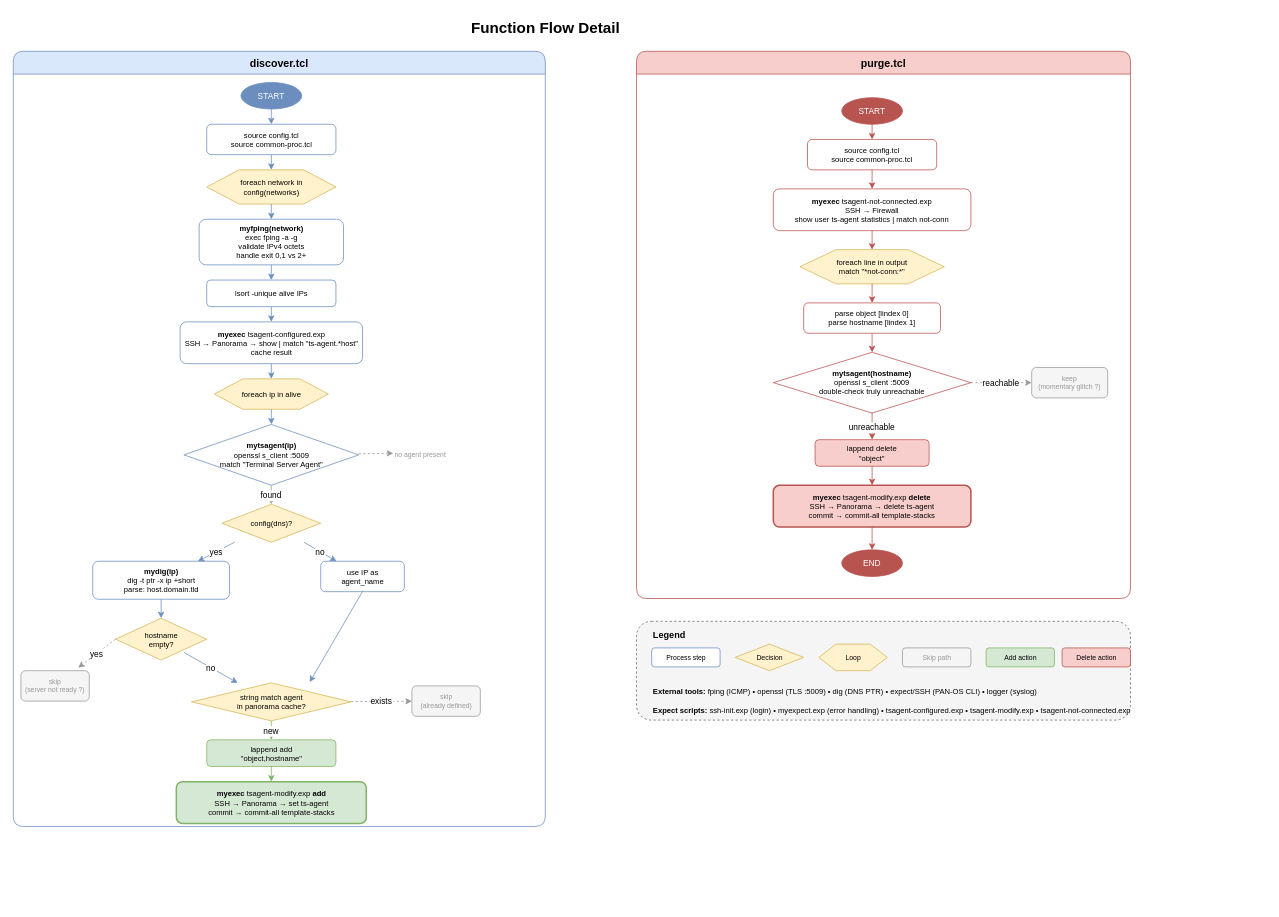
Before: docs/function-flow.drawio in nabbi/pan-ts-agent-discovery, a draw.io diagram. Source tidied: cells renumbered, new cells numbered last; positions are measured from the earlier drawing's top-left corner, leaving out a move shared by most shapes. Both pictures are drawn from the tidied source at 76%, with x=0, y=0 at pixel (13, 13).
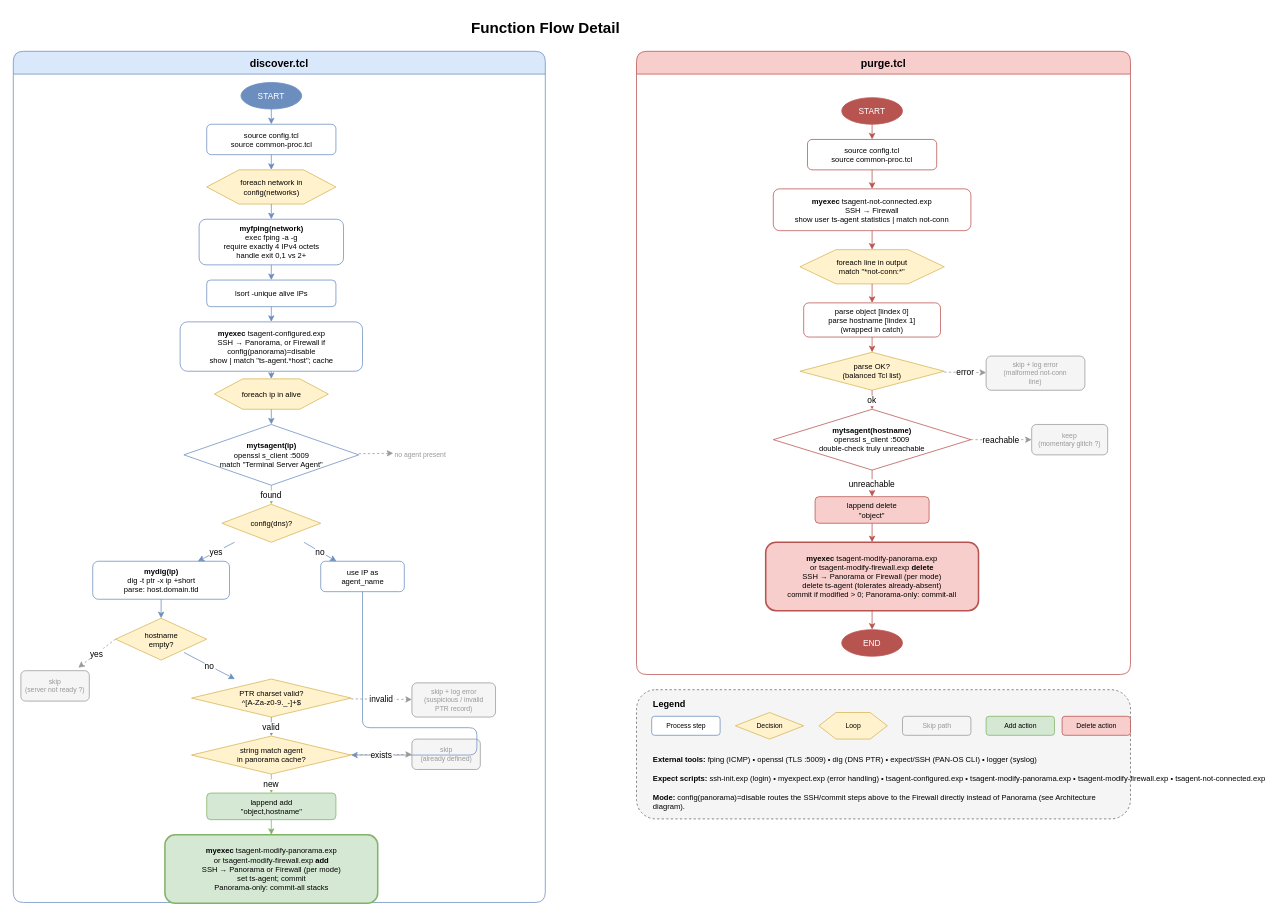
After the change.

Commit message (it also covers changes not shown here):
docs: reconcile architecture.drawio/function-flow.drawio content with current code

The change refers to these unchanged cells:
```xml
<mxCell id="15" value="use IP as&lt;br&gt;agent_name" style="rounded=1;whiteSpace=wrap;fillColor=#FFFFFF;strokeColor=#6c8ebf;fontSize=10;html=1;" parent="1" vertex="1">
  <mxGeometry x="404.5" y="721" width="110" height="40" as="geometry" />
</mxCell>
<mxCell id="16" value="hostname&lt;br&gt;empty?" style="shape=rhombus;whiteSpace=wrap;fillColor=#fff2cc;strokeColor=#d6b656;fontSize=10;html=1;" parent="1" vertex="1">
  <mxGeometry x="134.5" y="796" width="120" height="55" as="geometry" />
</mxCell>
```

What changed in the source:
```diff
@@
     <mxCell id="3" value="discover.tcl" style="shape=table;startSize=30;childLayout=tableLayout;fillColor=#dae8fc;strokeColor=#6c8ebf;fontStyle=1;fontSize=14;swimlaneLine=1;rounded=1;" parent="1" vertex="1">
-      <mxGeometry y="50" width="700" height="1020" as="geometry" />
+      <mxGeometry y="50" width="700" height="1120" as="geometry" />
     </mxCell>
@@
-    <mxCell id="7" value="&lt;b&gt;myfping(network)&lt;/b&gt;&lt;br&gt;exec fping -a -g&lt;br&gt;validate IPv4 octets&lt;br&gt;handle exit 0,1 vs 2+" style="rounded=1;whiteSpace=wrap;fillColor=#FFFFFF;strokeColor=#6c8ebf;fontSize=10;html=1;" parent="1" vertex="1">
+    <mxCell id="7" value="&lt;b&gt;myfping(network)&lt;/b&gt;&lt;br&gt;exec fping -a -g&lt;br&gt;require exactly 4 IPv4 octets&lt;br&gt;handle exit 0,1 vs 2+" style="rounded=1;whiteSpace=wrap;fillColor=#FFFFFF;strokeColor=#6c8ebf;fontSize=10;html=1;" parent="1" vertex="1">
       <mxGeometry x="244.5" y="271" width="190" height="60" as="geometry" />
     </mxCell>
@@
-    <mxCell id="9" value="&lt;b&gt;myexec&lt;/b&gt; tsagent-configured.exp&lt;br&gt;SSH → Panorama → show | match &quot;ts-agent.*host&quot;&lt;br&gt;cache result" style="rounded=1;whiteSpace=wrap;fillColor=#FFFFFF;strokeColor=#6c8ebf;fontSize=10;html=1;" parent="1" vertex="1">
-      <mxGeometry x="219.5" y="406" width="240" height="55" as="geometry" />
+    <mxCell id="9" value="&lt;b&gt;myexec&lt;/b&gt; tsagent-configured.exp&lt;br&gt;SSH → Panorama, or Firewall if&lt;br&gt;config(panorama)=disable&lt;br&gt;show | match &quot;ts-agent.*host&quot;; cache" style="rounded=1;whiteSpace=wrap;fillColor=#FFFFFF;strokeColor=#6c8ebf;fontSize=10;html=1;" parent="1" vertex="1">
+      <mxGeometry x="219.5" y="406" width="240" height="65" as="geometry" />
     </mxCell>
@@
+    <mxCell id="70" value="PTR charset valid?&lt;br&gt;^[A-Za-z0-9._-]+$" style="shape=rhombus;whiteSpace=wrap;fillColor=#fff2cc;strokeColor=#d6b656;fontSize=10;html=1;" parent="1" vertex="1">
+      <mxGeometry x="234.5" y="876" width="210" height="50" as="geometry" />
+    </mxCell>
+    <mxCell id="71" value="skip + log error&lt;br&gt;(suspicious / invalid&lt;br&gt;PTR record)" style="rounded=1;whiteSpace=wrap;fillColor=#f5f5f5;strokeColor=#999999;fontSize=9;fontColor=#999999;html=1;" parent="1" vertex="1">
+      <mxGeometry x="524.5" y="881" width="110" height="45" as="geometry" />
+    </mxCell>
     <mxCell id="18" value="string match agent&lt;br&gt;in panorama cache?" style="shape=rhombus;whiteSpace=wrap;fillColor=#fff2cc;strokeColor=#d6b656;fontSize=10;html=1;" parent="1" vertex="1">
-      <mxGeometry x="234.5" y="881" width="210" height="50" as="geometry" />
+      <mxGeometry x="234.5" y="951" width="210" height="50" as="geometry" />
     </mxCell>
     <mxCell id="19" value="skip&lt;br&gt;(already defined)" style="rounded=1;whiteSpace=wrap;fillColor=#f5f5f5;strokeColor=#999999;fontSize=9;fontColor=#999999;html=1;" parent="1" vertex="1">
-      <mxGeometry x="524.5" y="885" width="90" height="40" as="geometry" />
+      <mxGeometry x="524.5" y="955" width="90" height="40" as="geometry" />
     </mxCell>
     <mxCell id="20" value="lappend add&lt;br&gt;&quot;object,hostname&quot;" style="rounded=1;whiteSpace=wrap;fillColor=#d5e8d4;strokeColor=#82b366;fontSize=10;html=1;" parent="1" vertex="1">
-      <mxGeometry x="254.5" y="956" width="170" height="35" as="geometry" />
+      <mxGeometry x="254.5" y="1026" width="170" height="35" as="geometry" />
     </mxCell>
-    <mxCell id="21" value="&lt;b&gt;myexec&lt;/b&gt; tsagent-modify.exp &lt;b&gt;add&lt;/b&gt;&lt;br&gt;SSH → Panorama → set ts-agent&lt;br&gt;commit → commit-all template-stacks" style="rounded=1;whiteSpace=wrap;fillColor=#d5e8d4;strokeColor=#82b366;fontSize=10;html=1;strokeWidth=2;" parent="1" vertex="1">
-      <mxGeometry x="214.5" y="1011" width="250" height="55" as="geometry" />
+    <mxCell id="21" value="&lt;b&gt;myexec&lt;/b&gt; tsagent-modify-panorama.exp&lt;br&gt;or tsagent-modify-firewall.exp &lt;b&gt;add&lt;/b&gt;&lt;br&gt;SSH → Panorama or Firewall (per mode)&lt;br&gt;set ts-agent; commit&lt;br&gt;Panorama-only: commit-all stacks" style="rounded=1;whiteSpace=wrap;fillColor=#d5e8d4;strokeColor=#82b366;fontSize=10;html=1;strokeWidth=2;" parent="1" vertex="1">
+      <mxGeometry x="199.5" y="1081" width="280" height="90" as="geometry" />
     </mxCell>
@@
-    <mxCell id="35" value="no" style="strokeColor=#6c8ebf;exitX=0.75;exitY=0.818;exitDx=0;exitDy=0;exitPerimeter=0;" parent="1" edge="1" source="16" target="18">
+    <mxCell id="35" value="no" style="strokeColor=#6c8ebf;exitX=0.75;exitY=0.818;exitDx=0;exitDy=0;exitPerimeter=0;" parent="1" edge="1" source="16" target="70">
       <mxGeometry relative="1" as="geometry" />
     </mxCell>
+    <mxCell id="72" value="valid" style="strokeColor=#6c8ebf;" parent="1" edge="1" source="70" target="18">
+      <mxGeometry relative="1" as="geometry" />
+    </mxCell>
+    <mxCell id="73" value="invalid" style="strokeColor=#999999;dashed=1;" parent="1" edge="1" source="70" target="71">
+      <mxGeometry relative="1" as="geometry" />
+    </mxCell>
-    <mxCell id="36" style="strokeColor=#6c8ebf;" parent="1" edge="1">
+    <mxCell id="36" style="strokeColor=#6c8ebf;edgeStyle=orthogonalEdgeStyle;" parent="1" edge="1" source="15" target="18">
       <mxGeometry relative="1" as="geometry">
-        <mxPoint x="460" y="760" as="sourcePoint" />
-        <mxPoint x="390" y="880" as="targetPoint" />
+        <Array as="points">
+          <mxPoint x="610" y="940" />
+        </Array>
       </mxGeometry>
     </mxCell>
@@
     <mxCell id="40" value="purge.tcl" style="shape=table;startSize=30;childLayout=tableLayout;fillColor=#f8cecc;strokeColor=#b85450;fontStyle=1;fontSize=14;swimlaneLine=1;rounded=1;" parent="1" vertex="1">
-      <mxGeometry x="820" y="50" width="650" height="720" as="geometry" />
+      <mxGeometry x="820" y="50" width="650" height="820" as="geometry" />
     </mxCell>
@@
-    <mxCell id="45" value="parse object [lindex 0]&lt;br&gt;parse hostname [lindex 1]" style="rounded=1;whiteSpace=wrap;fillColor=#FFFFFF;strokeColor=#b85450;fontSize=10;html=1;" parent="1" vertex="1">
-      <mxGeometry x="1040" y="381" width="180" height="40" as="geometry" />
+    <mxCell id="45" value="parse object [lindex 0]&lt;br&gt;parse hostname [lindex 1]&lt;br&gt;(wrapped in catch)" style="rounded=1;whiteSpace=wrap;fillColor=#FFFFFF;strokeColor=#b85450;fontSize=10;html=1;" parent="1" vertex="1">
+      <mxGeometry x="1040" y="381" width="180" height="45" as="geometry" />
     </mxCell>
+    <mxCell id="74" value="parse OK?&lt;br&gt;(balanced Tcl list)" style="shape=rhombus;whiteSpace=wrap;fillColor=#fff2cc;strokeColor=#d6b656;fontSize=10;html=1;" parent="1" vertex="1">
+      <mxGeometry x="1035" y="446" width="190" height="50" as="geometry" />
+    </mxCell>
+    <mxCell id="75" value="skip + log error&lt;br&gt;(malformed not-conn&lt;br&gt;line)" style="rounded=1;whiteSpace=wrap;fillColor=#f5f5f5;strokeColor=#999999;fontSize=9;fontColor=#999999;html=1;" parent="1" vertex="1">
+      <mxGeometry x="1280" y="451" width="130" height="45" as="geometry" />
+    </mxCell>
     <mxCell id="46" value="&lt;b&gt;mytsagent(hostname)&lt;/b&gt;&lt;br&gt;openssl s_client :5009&lt;br&gt;double-check truly unreachable" style="shape=rhombus;whiteSpace=wrap;fillColor=#FFFFFF;strokeColor=#b85450;fontSize=10;html=1;" parent="1" vertex="1">
-      <mxGeometry x="1000" y="446" width="260" height="80" as="geometry" />
+      <mxGeometry x="1000" y="521" width="260" height="80" as="geometry" />
     </mxCell>
     <mxCell id="47" value="keep&lt;br&gt;(momentary glitch ?)" style="rounded=1;whiteSpace=wrap;fillColor=#f5f5f5;strokeColor=#999999;fontSize=9;fontColor=#999999;html=1;" parent="1" vertex="1">
-      <mxGeometry x="1340" y="466" width="100" height="40" as="geometry" />
+      <mxGeometry x="1340" y="541" width="100" height="40" as="geometry" />
     </mxCell>
     <mxCell id="48" value="lappend delete&lt;br&gt;&quot;object&quot;" style="rounded=1;whiteSpace=wrap;fillColor=#f8cecc;strokeColor=#b85450;fontSize=10;html=1;" parent="1" vertex="1">
-      <mxGeometry x="1055" y="561" width="150" height="35" as="geometry" />
+      <mxGeometry x="1055" y="636" width="150" height="35" as="geometry" />
     </mxCell>
-    <mxCell id="49" value="&lt;b&gt;myexec&lt;/b&gt; tsagent-modify.exp &lt;b&gt;delete&lt;/b&gt;&lt;br&gt;SSH → Panorama → delete ts-agent&lt;br&gt;commit → commit-all template-stacks" style="rounded=1;whiteSpace=wrap;fillColor=#f8cecc;strokeColor=#b85450;fontSize=10;html=1;strokeWidth=2;" parent="1" vertex="1">
-      <mxGeometry x="1000" y="621" width="260" height="55" as="geometry" />
+    <mxCell id="49" value="&lt;b&gt;myexec&lt;/b&gt; tsagent-modify-panorama.exp&lt;br&gt;or tsagent-modify-firewall.exp &lt;b&gt;delete&lt;/b&gt;&lt;br&gt;SSH → Panorama or Firewall (per mode)&lt;br&gt;delete ts-agent (tolerates already-absent)&lt;br&gt;commit if modified &amp;gt; 0; Panorama-only: commit-all" style="rounded=1;whiteSpace=wrap;fillColor=#f8cecc;strokeColor=#b85450;fontSize=10;html=1;strokeWidth=2;" parent="1" vertex="1">
+      <mxGeometry x="990" y="696" width="280" height="90" as="geometry" />
     </mxCell>
     <mxCell id="50" value="END" style="ellipse;fillColor=#b85450;fontColor=#ffffff;strokeColor=#b85450;fontSize=11;" parent="1" vertex="1">
-      <mxGeometry x="1090" y="706" width="80" height="35" as="geometry" />
+      <mxGeometry x="1090" y="811" width="80" height="35" as="geometry" />
     </mxCell>
@@
-    <mxCell id="55" style="strokeColor=#b85450;" parent="1" edge="1" source="45" target="46">
-      <mxGeometry relative="1" as="geometry" />
-    </mxCell>
+    <mxCell id="76" style="strokeColor=#b85450;" parent="1" edge="1" source="45" target="74">
+      <mxGeometry relative="1" as="geometry" />
+    </mxCell>
+    <mxCell id="77" value="ok" style="strokeColor=#b85450;" parent="1" edge="1" source="74" target="46">
+      <mxGeometry relative="1" as="geometry" />
+    </mxCell>
+    <mxCell id="78" value="error" style="strokeColor=#999999;dashed=1;" parent="1" edge="1" source="74" target="75">
+      <mxGeometry relative="1" as="geometry" />
+    </mxCell>
@@
     <mxCell id="60" style="rounded=1;whiteSpace=wrap;fillColor=#f5f5f5;strokeColor=#666666;dashed=1;" parent="1" vertex="1">
-      <mxGeometry x="820" y="800" width="650" height="130" as="geometry" />
+      <mxGeometry x="820" y="890" width="650" height="170" as="geometry" />
     </mxCell>
     <mxCell id="61" value="&lt;b&gt;Legend&lt;/b&gt;" style="text;html=1;fontSize=12;align=left;" parent="1" vertex="1">
-      <mxGeometry x="840" y="805" width="80" height="25" as="geometry" />
+      <mxGeometry x="840" y="895" width="80" height="25" as="geometry" />
     </mxCell>
     <mxCell id="62" value="Process step" style="rounded=1;fillColor=#FFFFFF;strokeColor=#6c8ebf;fontSize=9;html=1;" parent="1" vertex="1">
-      <mxGeometry x="840" y="835" width="90" height="25" as="geometry" />
+      <mxGeometry x="840" y="925" width="90" height="25" as="geometry" />
     </mxCell>
     <mxCell id="63" value="Decision" style="shape=rhombus;fillColor=#fff2cc;strokeColor=#d6b656;fontSize=9;html=1;" parent="1" vertex="1">
-      <mxGeometry x="950" y="830" width="90" height="35" as="geometry" />
+      <mxGeometry x="950" y="920" width="90" height="35" as="geometry" />
     </mxCell>
     <mxCell id="64" value="Loop" style="shape=hexagon;fillColor=#fff2cc;strokeColor=#d6b656;fontSize=9;html=1;" parent="1" vertex="1">
-      <mxGeometry x="1060" y="830" width="90" height="35" as="geometry" />
+      <mxGeometry x="1060" y="920" width="90" height="35" as="geometry" />
     </mxCell>
     <mxCell id="65" value="Skip path" style="rounded=1;fillColor=#f5f5f5;strokeColor=#999999;fontSize=9;fontColor=#999999;html=1;" parent="1" vertex="1">
-      <mxGeometry x="1170" y="835" width="90" height="25" as="geometry" />
+      <mxGeometry x="1170" y="925" width="90" height="25" as="geometry" />
     </mxCell>
     <mxCell id="66" value="Add action" style="rounded=1;fillColor=#d5e8d4;strokeColor=#82b366;fontSize=9;html=1;" parent="1" vertex="1">
-      <mxGeometry x="1280" y="835" width="90" height="25" as="geometry" />
+      <mxGeometry x="1280" y="925" width="90" height="25" as="geometry" />
     </mxCell>
     <mxCell id="67" value="Delete action" style="rounded=1;fillColor=#f8cecc;strokeColor=#b85450;fontSize=9;html=1;" parent="1" vertex="1">
-      <mxGeometry x="1380" y="835" width="90" height="25" as="geometry" />
+      <mxGeometry x="1380" y="925" width="90" height="25" as="geometry" />
     </mxCell>
     <mxCell id="68" value="&lt;b&gt;External tools:&lt;/b&gt;  fping (ICMP) &amp;bull; openssl (TLS :5009) &amp;bull; dig (DNS PTR) &amp;bull; expect/SSH (PAN-OS CLI) &amp;bull; logger (syslog)" style="text;html=1;fontSize=10;align=left;" parent="1" vertex="1">
-      <mxGeometry x="840" y="880" width="600" height="20" as="geometry" />
+      <mxGeometry x="840" y="970" width="600" height="20" as="geometry" />
     </mxCell>
-    <mxCell id="69" value="&lt;b&gt;Expect scripts:&lt;/b&gt;  ssh-init.exp (login) &amp;bull; myexpect.exp (error handling) &amp;bull; tsagent-configured.exp &amp;bull; tsagent-modify.exp &amp;bull; tsagent-not-connected.exp" style="text;html=1;fontSize=10;align=left;" parent="1" vertex="1">
-      <mxGeometry x="840" y="905" width="620" height="20" as="geometry" />
+    <mxCell id="69" value="&lt;b&gt;Expect scripts:&lt;/b&gt;  ssh-init.exp (login) &amp;bull; myexpect.exp (error handling) &amp;bull; tsagent-configured.exp &amp;bull; tsagent-modify-panorama.exp &amp;bull; tsagent-modify-firewall.exp &amp;bull; tsagent-not-connected.exp" style="text;html=1;fontSize=10;align=left;" parent="1" vertex="1">
+      <mxGeometry x="840" y="995" width="620" height="20" as="geometry" />
     </mxCell>
+    <mxCell id="79" value="&lt;b&gt;Mode:&lt;/b&gt; config(panorama)=disable routes the SSH/commit steps above to the Firewall directly instead of Panorama (see Architecture diagram)." style="text;html=1;fontSize=10;align=left;whiteSpace=wrap;" parent="1" vertex="1">
+      <mxGeometry x="840" y="1020" width="620" height="25" as="geometry" />
+    </mxCell>
```
